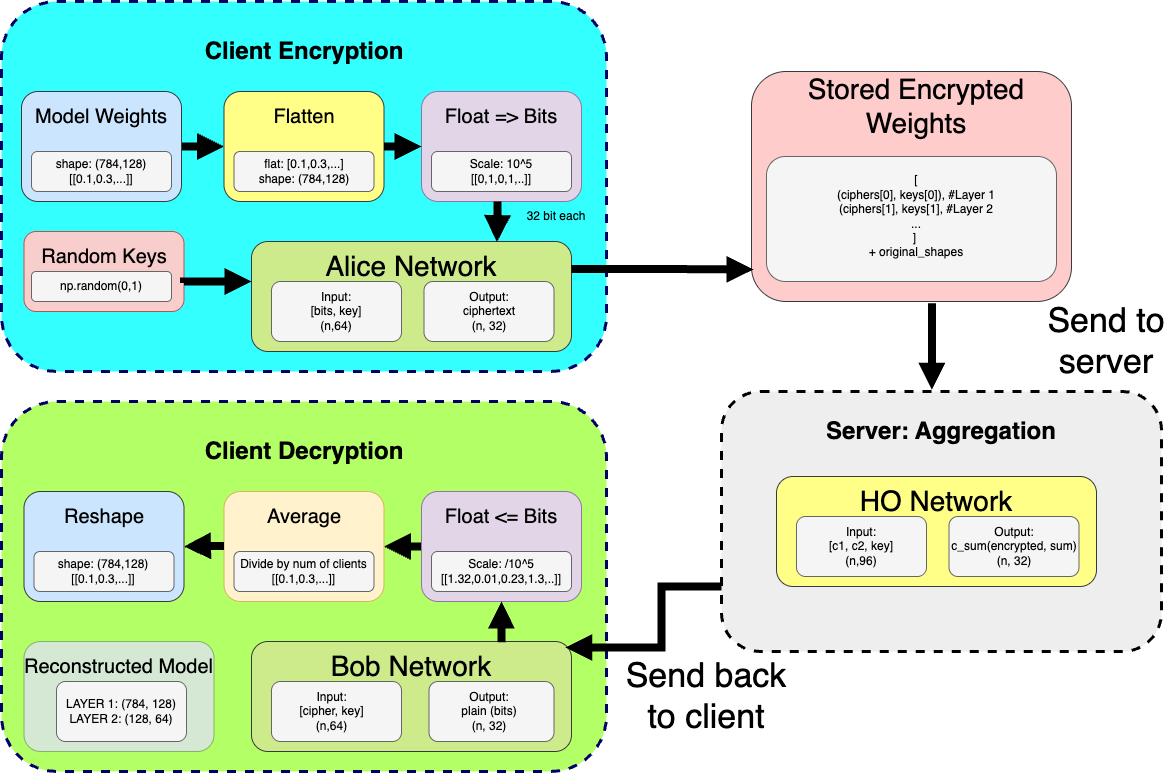
Before: readme_images/HO-Pipeline.png, a diagram exported from draw.io (Espes99/Neural-Homomorphic-Operation-System). Source tidied: cells renumbered, new cells last; positions are measured from the earlier drawing's top-left corner, leaving out a move shared by most shapes.
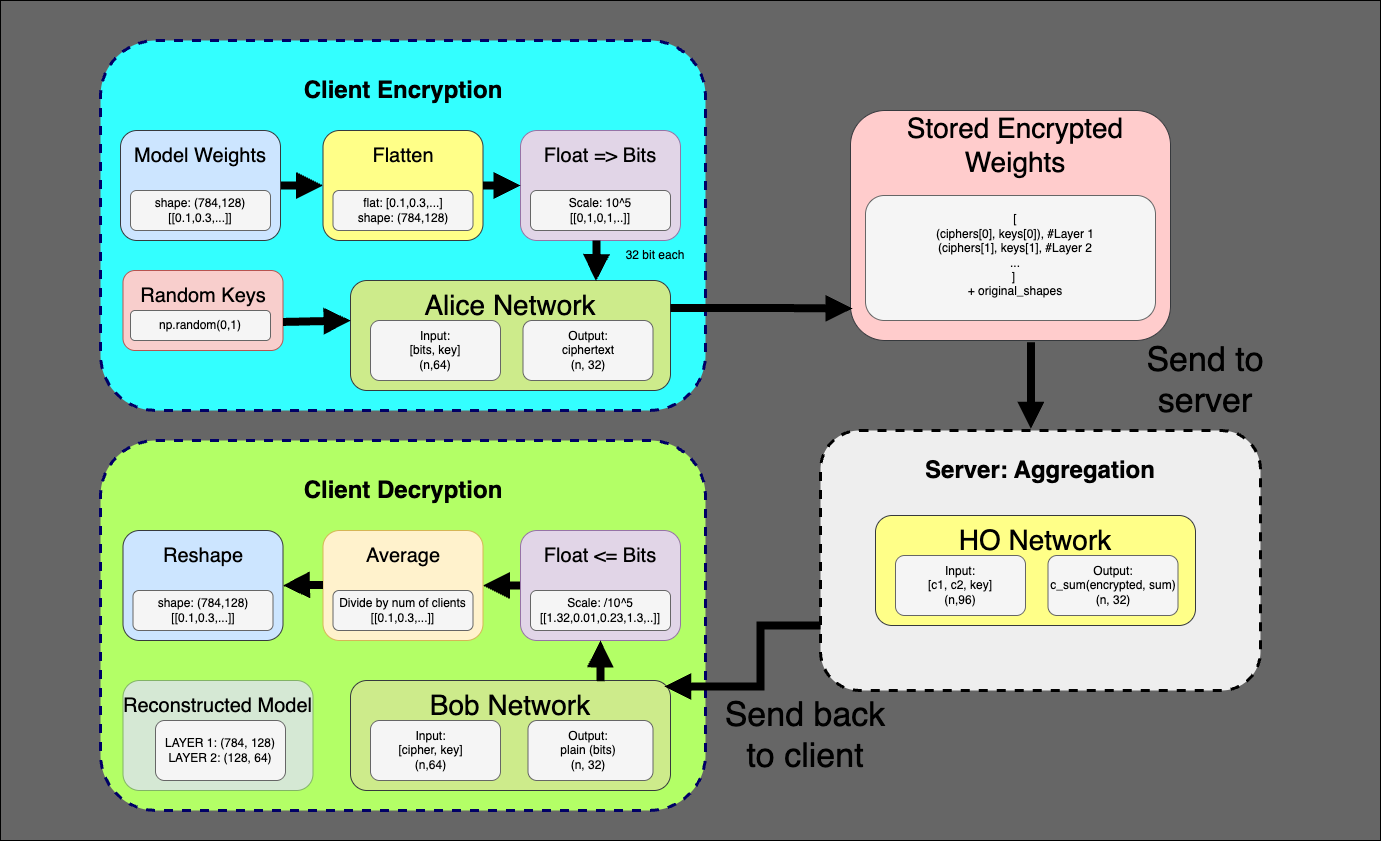
The same diagram one commit later.

Change to the diagram source:
```diff
@@ -2,6 +2,9 @@
   <root>
     <mxCell id="0" />
     <mxCell id="1" parent="0" />
+    <mxCell id="75" style="rounded=0;whiteSpace=wrap;html=1;fillColor=#666666;" parent="1" vertex="1">
+      <mxGeometry x="-100" y="-40" width="1380" height="840" as="geometry" />
+    </mxCell>
     <mxCell id="2" style="edgeStyle=orthogonalEdgeStyle;rounded=0;jettySize=auto;html=1;exitX=0.564;exitY=1.008;exitDx=0;exitDy=0;entryX=0.46;entryY=-0.022;entryDx=0;entryDy=0;strokeWidth=8;entryPerimeter=0;exitPerimeter=0;endArrow=block;endFill=1;strokeColor=#000000;" parent="1" edge="1" source="43" target="31">
       <mxGeometry relative="1" as="geometry">
         <Array as="points">
```
